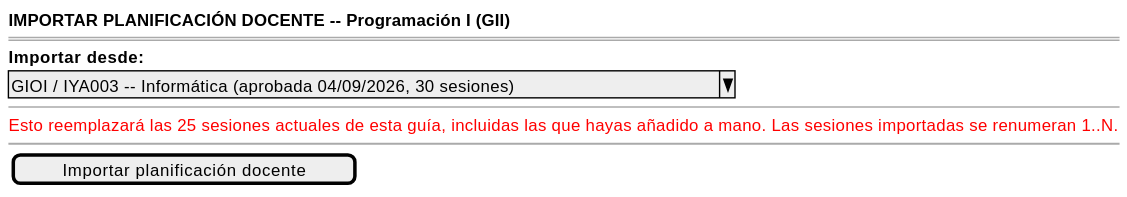
This is images/RUP/01-requisitos/03-detalle-casos-uso/importarPlanificacionDocenteDeGuiaHermana/wireframe.svg from mmasias/pyCeldaPublico, a PlantUML export, as it was before one commit. Source of this version:
```plantuml
@startsalt importarPlanificacionDocenteDeGuiaHermana-wireframe
{
    <b>IMPORTAR PLANIFICACIÓN DOCENTE -- Programación I (GII)</b>
    ====
    <b>Importar desde:</b>
    ^GIOI / IYA003 -- Informática (aprobada 04/09/2026, 30 sesiones)^
    --
    <color:red>Esto reemplazará las 25 sesiones actuales de esta guía, incluidas las que hayas añadido a mano. Las sesiones importadas se renumeran 1..N.</color>
    ~~
    {[Importar planificación docente]}
}
@endsalt
```
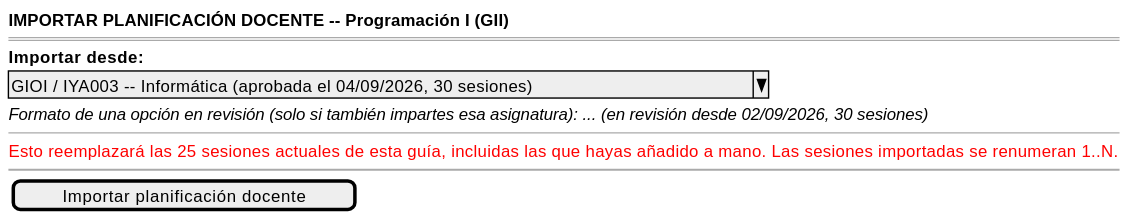
After the commit.

Change to the diagram source:
```diff
@@ -3,7 +3,8 @@
     <b>IMPORTAR PLANIFICACIÓN DOCENTE -- Programación I (GII)</b>
     ====
     <b>Importar desde:</b>
-    ^GIOI / IYA003 -- Informática (aprobada 04/09/2026, 30 sesiones)^
+    ^GIOI / IYA003 -- Informática (aprobada el 04/09/2026, 30 sesiones)^
+    <i>Formato de una opción en revisión (solo si también impartes esa asignatura): ... (en revisión desde 02/09/2026, 30 sesiones)</i>
     --
     <color:red>Esto reemplazará las 25 sesiones actuales de esta guía, incluidas las que hayas añadido a mano. Las sesiones importadas se renumeran 1..N.</color>
     ~~
```
